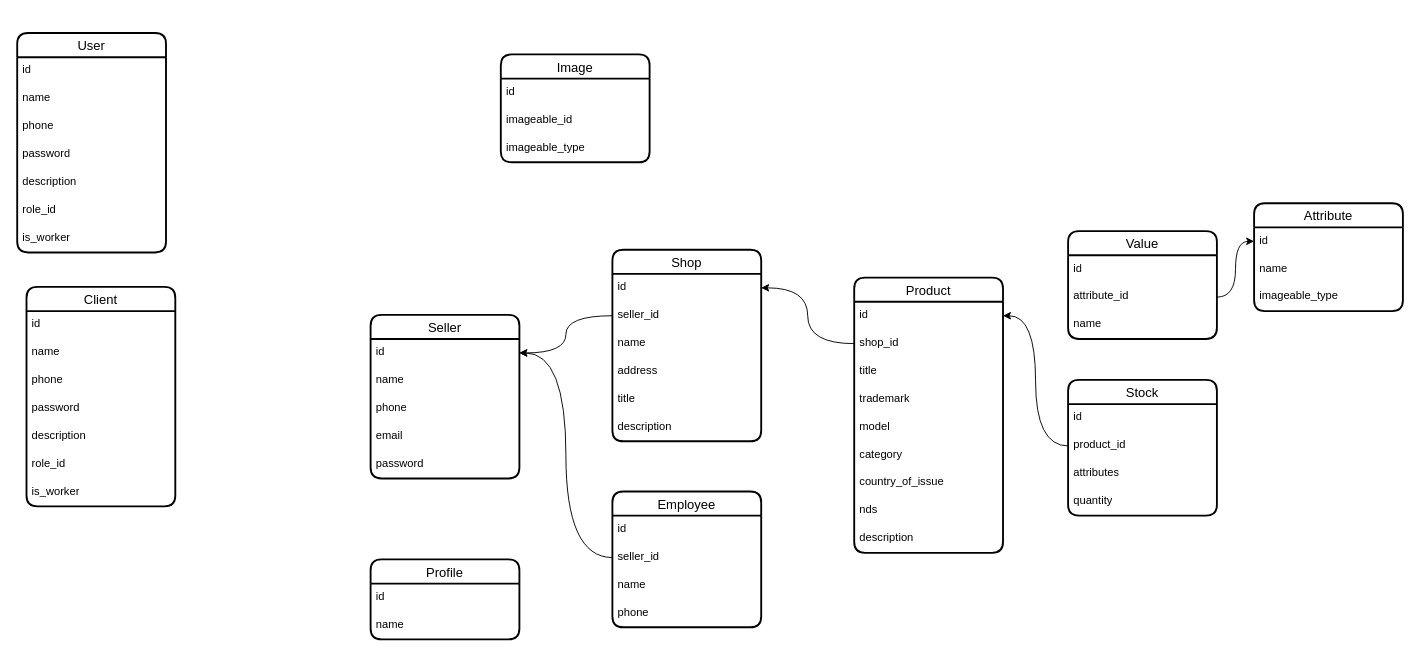
Above: karsoft-e-commerce.drawio in iztileuoff/databases (draw.io), before the change. Source tidied: cells renumbered, new cells numbered last; positions are measured from the earlier drawing's top-left corner, leaving out a move shared by most shapes. Both pictures are drawn from the tidied source at 93%, with x=0, y=0 at pixel (17, 33).
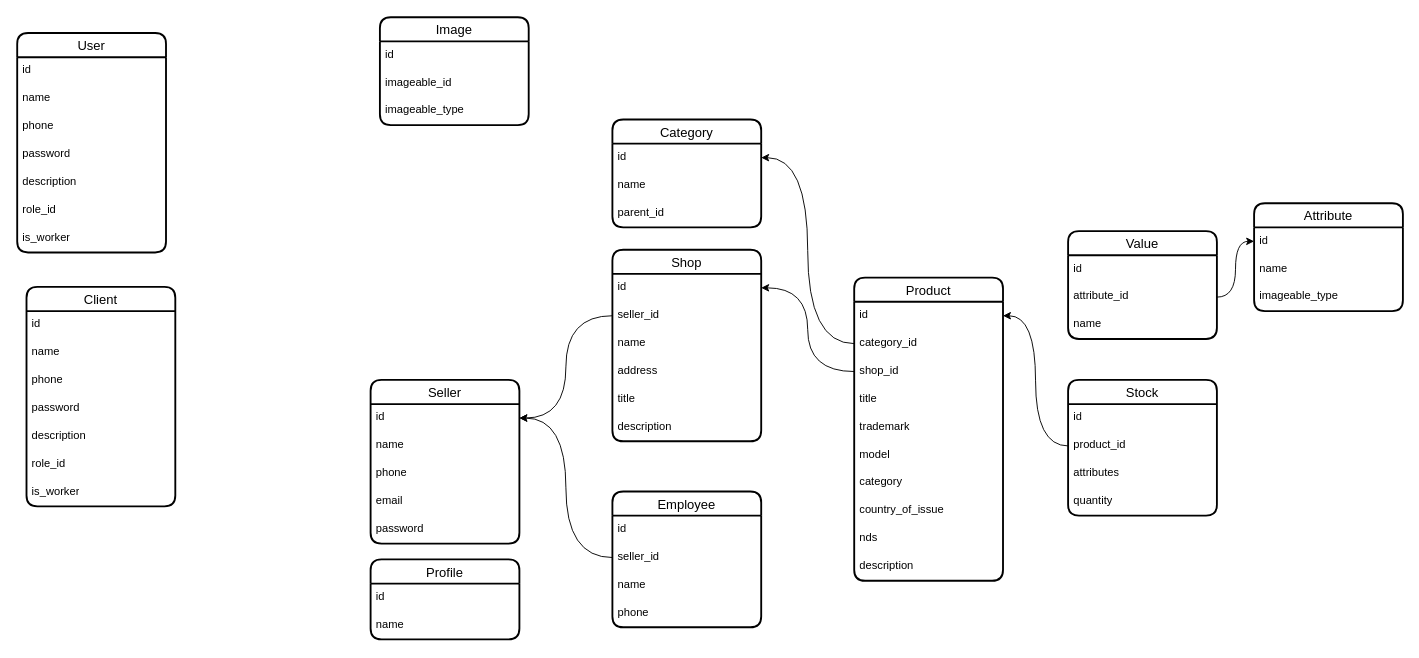
Above is the later version.

Diff of the diagram source:
```diff
@@
     <mxCell id="18" value="Seller" style="swimlane;fontStyle=0;horizontal=1;startSize=26;align=center;fontSize=14;strokeWidth=2;rounded=1;shadow=0;glass=0;swimlaneLine=1;" parent="1" vertex="1">
-      <mxGeometry x="380" y="303" width="160" height="176" as="geometry" />
+      <mxGeometry x="380" y="373" width="160" height="176" as="geometry" />
     </mxCell>
@@
     <mxCell id="41" value="Product" style="swimlane;fontStyle=0;horizontal=1;startSize=26;align=center;fontSize=14;strokeWidth=2;rounded=1;shadow=0;glass=0;swimlaneLine=1;" parent="1" vertex="1">
-      <mxGeometry x="900" y="263" width="160" height="296" as="geometry" />
+      <mxGeometry x="900" y="263" width="160" height="326" as="geometry" />
     </mxCell>
@@
+    <mxCell id="71" value="category_id" style="text;strokeColor=none;fillColor=none;spacingLeft=4;spacingRight=4;overflow=hidden;points=[[0,0.5],[1,0.5]];portConstraint=eastwest;fontSize=12;whiteSpace=wrap;html=1;" parent="41" vertex="1">
+      <mxGeometry y="56" width="160" height="30" as="geometry" />
+    </mxCell>
     <mxCell id="43" value="shop_id" style="text;strokeColor=none;fillColor=none;spacingLeft=4;spacingRight=4;overflow=hidden;points=[[0,0.5],[1,0.5]];portConstraint=eastwest;fontSize=12;whiteSpace=wrap;html=1;" parent="41" vertex="1">
-      <mxGeometry y="56" width="160" height="30" as="geometry" />
+      <mxGeometry y="86" width="160" height="30" as="geometry" />
     </mxCell>
     <mxCell id="44" value="title" style="text;strokeColor=none;fillColor=none;spacingLeft=4;spacingRight=4;overflow=hidden;fontSize=12;whiteSpace=wrap;html=1;" parent="41" vertex="1">
-      <mxGeometry y="86" width="160" height="30" as="geometry" />
+      <mxGeometry y="116" width="160" height="30" as="geometry" />
     </mxCell>
     <mxCell id="45" value="trademark" style="text;strokeColor=none;fillColor=none;spacingLeft=4;spacingRight=4;overflow=hidden;fontSize=12;whiteSpace=wrap;html=1;" parent="41" vertex="1">
-      <mxGeometry y="116" width="160" height="30" as="geometry" />
+      <mxGeometry y="146" width="160" height="30" as="geometry" />
     </mxCell>
     <mxCell id="46" value="model" style="text;strokeColor=none;fillColor=none;spacingLeft=4;spacingRight=4;overflow=hidden;fontSize=12;whiteSpace=wrap;html=1;" parent="41" vertex="1">
-      <mxGeometry y="146" width="160" height="30" as="geometry" />
+      <mxGeometry y="176" width="160" height="30" as="geometry" />
     </mxCell>
     <mxCell id="47" value="category" style="text;strokeColor=none;fillColor=none;spacingLeft=4;spacingRight=4;overflow=hidden;fontSize=12;whiteSpace=wrap;html=1;" parent="41" vertex="1">
-      <mxGeometry y="176" width="160" height="30" as="geometry" />
+      <mxGeometry y="206" width="160" height="30" as="geometry" />
     </mxCell>
     <mxCell id="48" value="country_of_issue" style="text;strokeColor=none;fillColor=none;spacingLeft=4;spacingRight=4;overflow=hidden;fontSize=12;whiteSpace=wrap;html=1;" parent="41" vertex="1">
-      <mxGeometry y="206" width="160" height="30" as="geometry" />
+      <mxGeometry y="236" width="160" height="30" as="geometry" />
     </mxCell>
     <mxCell id="49" value="nds" style="text;strokeColor=none;fillColor=none;spacingLeft=4;spacingRight=4;overflow=hidden;fontSize=12;whiteSpace=wrap;html=1;" parent="41" vertex="1">
-      <mxGeometry y="236" width="160" height="30" as="geometry" />
+      <mxGeometry y="266" width="160" height="30" as="geometry" />
     </mxCell>
     <mxCell id="50" value="description" style="text;strokeColor=none;fillColor=none;spacingLeft=4;spacingRight=4;overflow=hidden;fontSize=12;whiteSpace=wrap;html=1;" parent="41" vertex="1">
-      <mxGeometry y="266" width="160" height="30" as="geometry" />
+      <mxGeometry y="296" width="160" height="30" as="geometry" />
     </mxCell>
@@
     <mxCell id="52" value="Image" style="swimlane;fontStyle=0;horizontal=1;startSize=26;align=center;fontSize=14;strokeWidth=2;rounded=1;shadow=0;glass=0;swimlaneLine=1;" parent="1" vertex="1">
-      <mxGeometry x="520" y="23" width="160" height="116" as="geometry" />
+      <mxGeometry x="390" y="-17" width="160" height="116" as="geometry" />
     </mxCell>
@@
+    <mxCell id="72" value="Category" style="swimlane;fontStyle=0;horizontal=1;startSize=26;align=center;fontSize=14;strokeWidth=2;rounded=1;shadow=0;glass=0;swimlaneLine=1;" parent="1" vertex="1">
+      <mxGeometry x="640" y="93" width="160" height="116" as="geometry" />
+    </mxCell>
+    <mxCell id="73" value="id" style="text;strokeColor=none;fillColor=none;spacingLeft=4;spacingRight=4;overflow=hidden;points=[[0,0.5],[1,0.5]];portConstraint=eastwest;fontSize=12;whiteSpace=wrap;html=1;" parent="72" vertex="1">
+      <mxGeometry y="26" width="160" height="30" as="geometry" />
+    </mxCell>
+    <mxCell id="74" value="name" style="text;strokeColor=none;fillColor=none;spacingLeft=4;spacingRight=4;overflow=hidden;fontSize=12;whiteSpace=wrap;html=1;" parent="72" vertex="1">
+      <mxGeometry y="56" width="160" height="30" as="geometry" />
+    </mxCell>
+    <mxCell id="75" value="parent_id" style="text;strokeColor=none;fillColor=none;spacingLeft=4;spacingRight=4;overflow=hidden;fontSize=12;whiteSpace=wrap;html=1;" parent="72" vertex="1">
+      <mxGeometry y="86" width="160" height="30" as="geometry" />
+    </mxCell>
+    <mxCell id="76" style="edgeStyle=orthogonalEdgeStyle;rounded=0;jettySize=auto;html=1;entryX=1;entryY=0.5;entryDx=0;entryDy=0;curved=1;" parent="1" edge="1" source="71" target="73">
+      <mxGeometry relative="1" as="geometry" />
+    </mxCell>
```
